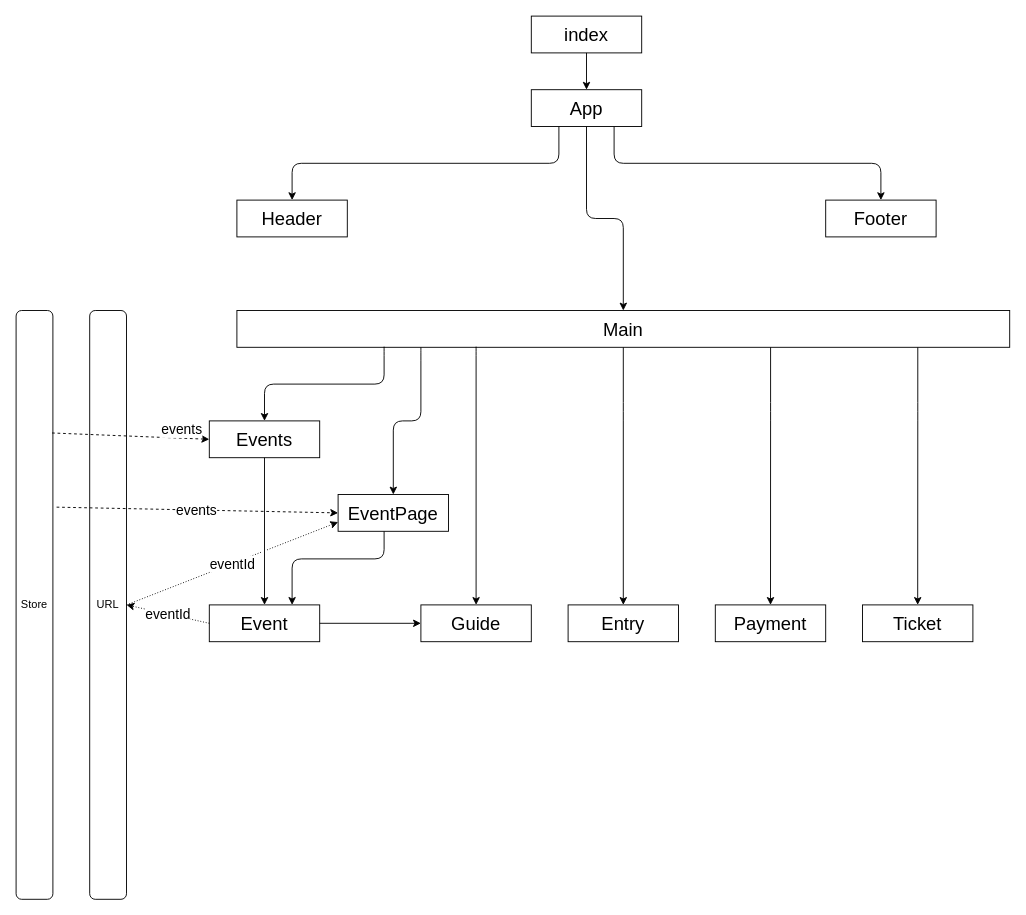
The draw.io diagram page "Страница 2" (2 of 2) of Docs/IsraelGuru.drawio in Hiirsh/Israel_Guru_Gretchko_Podolski, before the edit. Source tidied: cells renumbered, new cells numbered last; positions are measured from the earlier drawing's top-left corner, leaving out a move shared by most shapes. Both pictures are drawn from the tidied source at 92%, with x=0, y=0 at pixel (16, 16).
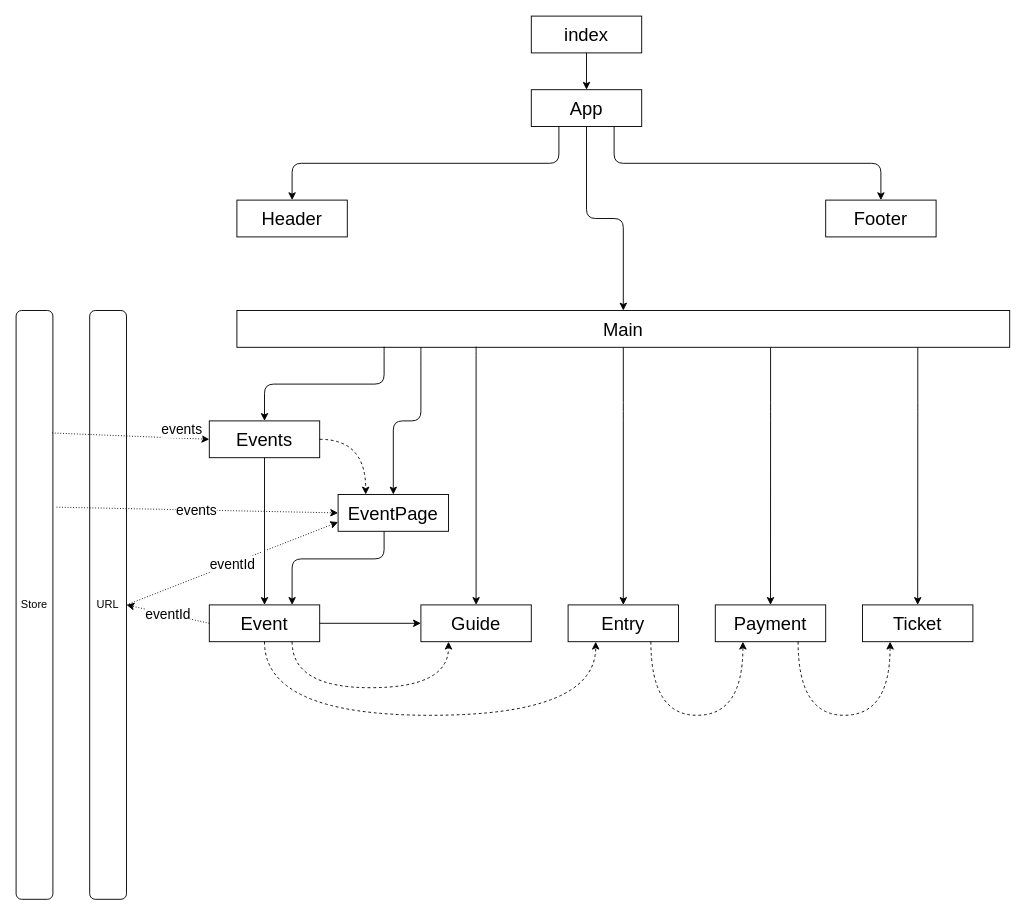
After the change.

The change refers to these unchanged cells:
```xml
<mxCell id="15" value="&lt;font style=&quot;font-size: 20px&quot;&gt;Events&lt;/font&gt;" style="rounded=0;whiteSpace=wrap;html=1;fillColor=none;" parent="1" vertex="1">
  <mxGeometry x="210" y="440" width="120" height="40" as="geometry" />
</mxCell>
<mxCell id="18" value="&lt;font style=&quot;font-size: 20px&quot;&gt;Event&lt;/font&gt;" style="rounded=0;whiteSpace=wrap;html=1;fillColor=none;" parent="1" vertex="1">
  <mxGeometry x="210" y="640" width="120" height="40" as="geometry" />
</mxCell>
<mxCell id="20" value="&lt;font style=&quot;font-size: 20px&quot;&gt;EventPage&lt;/font&gt;" style="rounded=0;whiteSpace=wrap;html=1;fillColor=none;" parent="1" vertex="1">
  <mxGeometry x="350" y="520" width="120" height="40" as="geometry" />
</mxCell>
<mxCell id="24" value="&lt;font style=&quot;font-size: 20px&quot;&gt;Guide&lt;/font&gt;" style="whiteSpace=wrap;html=1;fillColor=none;rounded=0;" parent="1" vertex="1">
  <mxGeometry x="440" y="640" width="120" height="40" as="geometry" />
</mxCell>
<mxCell id="25" value="Store" style="rounded=1;whiteSpace=wrap;html=1;fillColor=none;" parent="1" vertex="1">
  <mxGeometry y="320" width="40" height="640" as="geometry" />
</mxCell>
<mxCell id="26" value="&lt;font style=&quot;font-size: 20px&quot;&gt;Entry&lt;/font&gt;" style="whiteSpace=wrap;html=1;fillColor=none;rounded=0;" parent="1" vertex="1">
  <mxGeometry x="600" y="640" width="120" height="40" as="geometry" />
</mxCell>
<mxCell id="29" value="&lt;font style=&quot;font-size: 20px&quot;&gt;Payment&lt;/font&gt;" style="whiteSpace=wrap;html=1;fillColor=none;rounded=0;" parent="1" vertex="1">
  <mxGeometry x="760" y="640" width="120" height="40" as="geometry" />
</mxCell>
<mxCell id="31" value="&lt;font style=&quot;font-size: 20px&quot;&gt;Ticket&lt;/font&gt;" style="whiteSpace=wrap;html=1;fillColor=none;rounded=0;" parent="1" vertex="1">
  <mxGeometry x="920" y="640" width="120" height="40" as="geometry" />
</mxCell>
```

The edit, as a diff of the source:
```diff
@@
+    <mxCell id="33" style="edgeStyle=orthogonalEdgeStyle;curved=1;jettySize=auto;html=1;entryX=0.25;entryY=0;entryDx=0;entryDy=0;dashed=1;" parent="1" edge="1" source="15" target="20">
+      <mxGeometry relative="1" as="geometry" />
+    </mxCell>
@@
+    <mxCell id="34" style="edgeStyle=orthogonalEdgeStyle;curved=1;jettySize=auto;html=1;exitX=0.5;exitY=1;exitDx=0;exitDy=0;entryX=0.25;entryY=1;entryDx=0;entryDy=0;dashed=1;" parent="1" edge="1" source="18" target="26">
+      <mxGeometry relative="1" as="geometry">
+        <Array as="points">
+          <mxPoint x="270" y="760" />
+          <mxPoint x="630" y="760" />
+        </Array>
+      </mxGeometry>
+    </mxCell>
+    <mxCell id="35" style="edgeStyle=orthogonalEdgeStyle;curved=1;jettySize=auto;html=1;exitX=0.75;exitY=1;exitDx=0;exitDy=0;entryX=0.25;entryY=1;entryDx=0;entryDy=0;dashed=1;" parent="1" edge="1" source="18" target="24">
+      <mxGeometry relative="1" as="geometry">
+        <Array as="points">
+          <mxPoint x="300" y="730" />
+          <mxPoint x="470" y="730" />
+        </Array>
+      </mxGeometry>
+    </mxCell>
@@
-    <mxCell id="21" value="events" style="jettySize=auto;html=1;entryX=0;entryY=0.5;entryDx=0;entryDy=0;dashed=1;fontSize=15;exitX=0.976;exitY=0.208;exitDx=0;exitDy=0;exitPerimeter=0;" parent="1" edge="1" source="25" target="15">
+    <mxCell id="21" value="events" style="jettySize=auto;html=1;entryX=0;entryY=0.5;entryDx=0;entryDy=0;dashed=1;fontSize=15;exitX=0.976;exitY=0.208;exitDx=0;exitDy=0;exitPerimeter=0;dashPattern=1 2;" parent="1" edge="1" source="25" target="15">
       <mxGeometry x="0.65" y="10" relative="1" as="geometry" />
     </mxCell>
-    <mxCell id="22" value="events" style="jettySize=auto;html=1;entryX=0;entryY=0.5;entryDx=0;entryDy=0;dashed=1;fontSize=15;exitX=1.1;exitY=0.334;exitDx=0;exitDy=0;exitPerimeter=0;" parent="1" edge="1" source="25" target="20">
+    <mxCell id="22" value="events" style="jettySize=auto;html=1;entryX=0;entryY=0.5;entryDx=0;entryDy=0;dashed=1;fontSize=15;exitX=1.1;exitY=0.334;exitDx=0;exitDy=0;exitPerimeter=0;dashPattern=1 2;" parent="1" edge="1" source="25" target="20">
       <mxGeometry x="-0.01" relative="1" as="geometry" />
     </mxCell>
@@
+    <mxCell id="36" style="edgeStyle=orthogonalEdgeStyle;curved=1;jettySize=auto;html=1;exitX=0.75;exitY=1;exitDx=0;exitDy=0;entryX=0.25;entryY=1;entryDx=0;entryDy=0;dashed=1;" parent="1" edge="1" source="29" target="31">
+      <mxGeometry relative="1" as="geometry">
+        <Array as="points">
+          <mxPoint x="850" y="760" />
+          <mxPoint x="950" y="760" />
+        </Array>
+      </mxGeometry>
+    </mxCell>
@@
+    <mxCell id="37" style="edgeStyle=orthogonalEdgeStyle;jettySize=auto;html=1;entryX=0.25;entryY=1;entryDx=0;entryDy=0;curved=1;exitX=0.75;exitY=1;exitDx=0;exitDy=0;dashed=1;" parent="1" edge="1" source="26" target="29">
+      <mxGeometry relative="1" as="geometry">
+        <Array as="points">
+          <mxPoint x="690" y="760" />
+          <mxPoint x="790" y="760" />
+        </Array>
+      </mxGeometry>
+    </mxCell>
```
